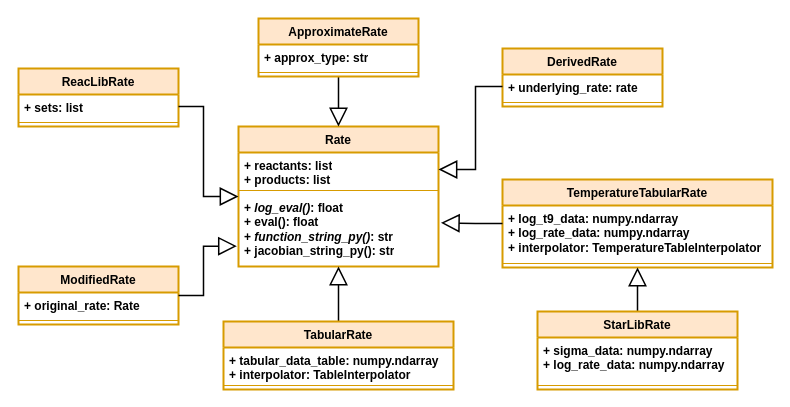
Above: uml-diagrams/rate.drawio in pynucastro/pynucastro3.0-paper-notebooks (draw.io), before the change. Source tidied: cells renumbered, new cells numbered last; positions are measured from the earlier drawing's top-left corner, leaving out a move shared by most shapes. Both pictures are drawn from the tidied source at 100%, with x=0, y=0 at pixel (18, 18).
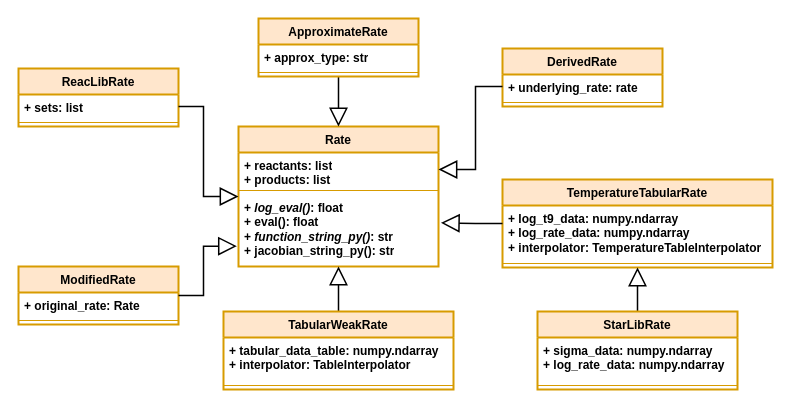
The same diagram, later.

The edit, as a diff of the source:
```diff
@@
-    <mxCell id="10" value="TabularRate" style="swimlane;fontStyle=1;align=center;verticalAlign=top;horizontal=1;startSize=26;rounded=0;strokeColor=#d79b00;strokeWidth=2;swimlaneFillColor=none;fontFamily=Helvetica;fontSize=12;fontColor=default;fillColor=#ffe6cc;whiteSpace=wrap;html=1;" parent="1" vertex="1">
-      <mxGeometry x="205" y="303" width="230" height="68" as="geometry" />
+    <mxCell id="10" value="TabularWeakRate" style="swimlane;fontStyle=1;align=center;verticalAlign=top;horizontal=1;startSize=26;rounded=0;strokeColor=#d79b00;strokeWidth=2;swimlaneFillColor=none;fontFamily=Helvetica;fontSize=12;fontColor=default;fillColor=#ffe6cc;whiteSpace=wrap;html=1;" parent="1" vertex="1">
+      <mxGeometry x="205" y="293" width="230" height="78" as="geometry" />
     </mxCell>
     <mxCell id="11" value="&lt;div&gt;+ tabular_data_table: numpy.ndarray&lt;/div&gt;+ interpolator: TableInterpolator" style="text;strokeColor=none;fillColor=none;align=left;verticalAlign=top;spacingLeft=4;spacingRight=4;overflow=hidden;whiteSpace=wrap;html=1;fontFamily=Helvetica;fontSize=12;fontColor=default;fontStyle=1;horizontal=1;" parent="10" vertex="1">
-      <mxGeometry y="26" width="230" height="34" as="geometry" />
+      <mxGeometry y="26" width="230" height="44" as="geometry" />
     </mxCell>
     <mxCell id="12" style="line;strokeWidth=1;fillColor=none;align=left;verticalAlign=middle;spacingTop=-1;spacingLeft=3;spacingRight=3;labelPosition=right;strokeColor=inherit;rounded=0;swimlaneFillColor=none;fontFamily=Helvetica;fontSize=12;fontColor=default;fontStyle=1;horizontal=1;" parent="10" vertex="1">
-      <mxGeometry y="60" width="230" height="8" as="geometry" />
+      <mxGeometry y="70" width="230" height="8" as="geometry" />
     </mxCell>
```
